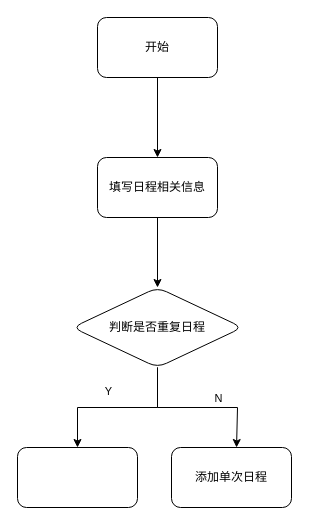
Above: page "添加日程" (1 of 2) of 日程管理.drawio in HillCheuang/images (draw.io), before the change. Source tidied: cells renumbered, new cells numbered last; positions are measured from the earlier drawing's top-left corner, leaving out a move shared by most shapes. Both pictures are drawn from the tidied source at 100%, with x=0, y=0 at pixel (17, 17).
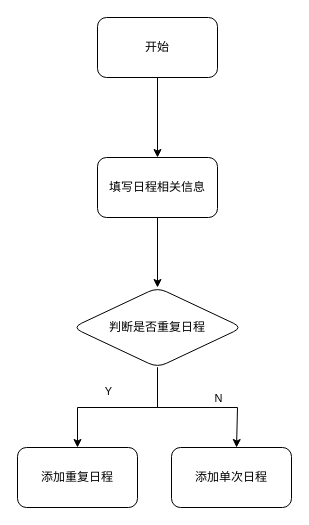
The same diagram, later.

Commit message (it also covers changes not shown here):
更新日程管理.drawio

The edit, as a diff of the source:
```diff
@@
 <mxGraphModel>
   <root>
     <mxCell id="0" />
     <mxCell id="1" parent="0" />
     <mxCell id="2" style="edgeStyle=orthogonalEdgeStyle;rounded=0;jettySize=auto;html=1;" parent="1" edge="1" source="3" target="5">
       <mxGeometry relative="1" as="geometry" />
     </mxCell>
     <mxCell id="3" value="开始" style="rounded=1;whiteSpace=wrap;html=1;" parent="1" vertex="1">
       <mxGeometry x="80" width="120" height="60" as="geometry" />
     </mxCell>
     <mxCell id="4" style="edgeStyle=orthogonalEdgeStyle;rounded=0;jettySize=auto;html=1;" parent="1" edge="1" source="5" target="8">
       <mxGeometry relative="1" as="geometry" />
     </mxCell>
     <mxCell id="5" value="填写日程相关信息" style="whiteSpace=wrap;html=1;rounded=1;" parent="1" vertex="1">
       <mxGeometry x="80" y="140" width="120" height="60" as="geometry" />
     </mxCell>
     <mxCell id="6" style="edgeStyle=orthogonalEdgeStyle;rounded=0;jettySize=auto;html=1;" parent="1" edge="1" source="8" target="9">
       <mxGeometry relative="1" as="geometry" />
     </mxCell>
     <mxCell id="7" value="Y" style="edgeLabel;html=1;align=center;verticalAlign=middle;" parent="6" vertex="1">
       <mxGeometry x="-0.72" y="2" relative="1" as="geometry">
         <mxPoint x="-52" y="1" as="offset" />
       </mxGeometry>
     </mxCell>
     <mxCell id="8" value="判断是否重复日程" style="rhombus;whiteSpace=wrap;html=1;rounded=1;" parent="1" vertex="1">
       <mxGeometry x="55" y="270" width="170" height="80" as="geometry" />
     </mxCell>
-    <mxCell id="9" style="whiteSpace=wrap;html=1;rounded=1;" parent="1" vertex="1">
+    <mxCell id="9" value="添加重复日程" style="whiteSpace=wrap;html=1;rounded=1;" parent="1" vertex="1">
       <mxGeometry y="430" width="120" height="60" as="geometry" />
     </mxCell>
     <mxCell id="10" value="添加单次日程" style="whiteSpace=wrap;html=1;rounded=1;" parent="1" vertex="1">
       <mxGeometry x="154" y="430" width="120" height="60" as="geometry" />
     </mxCell>
     <mxCell id="11" style="endArrow=classic;html=1;rounded=0;exitX=0.5;exitY=1;exitDx=0;exitDy=0;entryX=0.542;entryY=0;entryDx=0;entryDy=0;entryPerimeter=0;" parent="1" edge="1" source="8" target="10">
       <mxGeometry relative="1" as="geometry">
         <Array as="points">
           <mxPoint x="140" y="390" />
           <mxPoint x="220" y="390" />
         </Array>
       </mxGeometry>
     </mxCell>
     <mxCell id="12" value="N" style="edgeLabel;html=1;align=center;verticalAlign=middle;" parent="11" vertex="1">
       <mxGeometry x="0.17" y="2" relative="1" as="geometry">
         <mxPoint x="6" y="-8" as="offset" />
       </mxGeometry>
     </mxCell>
   </root>
 </mxGraphModel>
```
